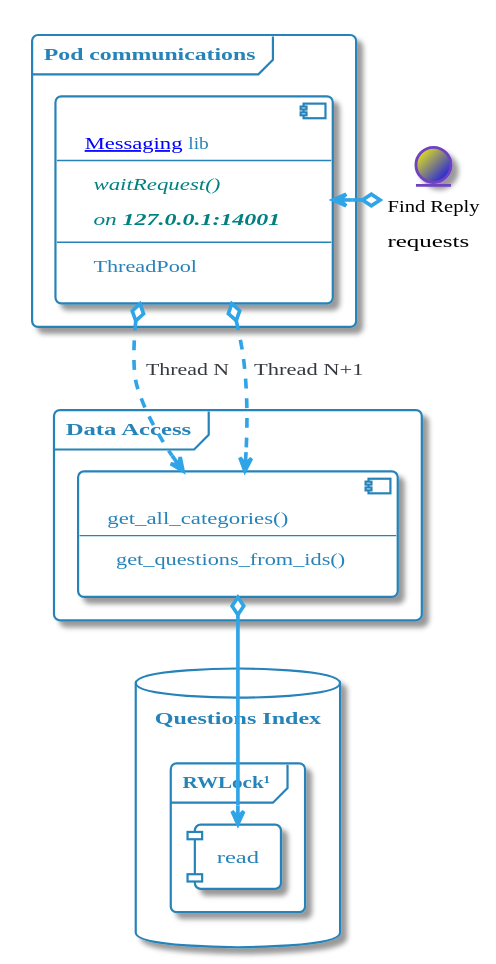
Before: images/plantuml/Admin/admin/Admin_Index.svg, a diagram exported from PlantUML (momenttech/maestro-architecture). Its diagram source:
```plantuml
@startuml




skinparam backgroundColor White








skinparam defaultFontName       "Verdana"
skinparam defaultFontSize       12
skinparam dpi                   100
skinparam shadowing             True
skinparam roundcorner           8
skinparam ParticipantPadding    40
skinparam BoxPadding            40
skinparam Padding               5
skinparam ArrowColor            #868E96
skinparam stereotype {
    CBackgroundColor #EDF0F2
    CBorderColor #BABDBF
    ABackgroundColor #8FB961
    ABorderColor $SUCCESS_DARK
    IBackgroundColor #D2494E
    IBorderColor $DANGER_DARK
    EBackgroundColor #E47833
    EBorderColor $WARNING_DARK
    NBackgroundColor #35638F
    NBorderColor $INFO_DARK
}
skinparam title {
	FontColor	                 #2FA4E7
	BorderColor	                 #BABDBF
	FontSize	    	         20
	BorderRoundCorner            8
	BorderThickness 	         1
	BackgroundColor              White
}

skinparam legend {
	BackgroundColor White
	BorderColor #BABDBF
	FontColor #343A40
}


skinparam activity {
		FontColor #2683B9
	BorderColor #2683B9
	BackgroundColor White
	BarColor #73A839
	StartColor #033C73
	EndColor #033C73
	DiamondBackgroundColor White
  	DiamondBorderColor #BABDBF
	DiamondFontColor #BABDBF
}


skinparam participant {
		FontColor #2683B9
	BorderColor #2683B9
	BackgroundColor White
	ParticipantBorderThickness 2
}


skinparam actor {
		FontColor #2683B9
	BorderColor #2683B9
	BackgroundColor White
}


skinparam arrow {
	Thickness 2.5
	Color #2FA4E7
	FontColor #343A40
}


skinparam sequence {
	BorderColor #2FA4E7
	TitleFontColor #2FA4E7
	BackgroundColor White
	StartColor #2FA4E7
	EndColor #2FA4E7
	BoxBackgroundColor White
	BoxBorderColor #868E96
	BoxFontColor #343A40
	LifeLineBorderColor #BABDBF
	LifeLineBorderThickness 2
	LifeLineBackgroundColor White
	GroupBorderColor #868E96
	GroupFontColor #343A40
	GroupHeaderFontColor #033C73
	DividerBackgroundColor White
    DividerBorderColor #868E96
    DividerBorderThickness 2
    DividerFontColor #343A40
	ReferenceBackgroundColor White
	ReferenceBorderColor #868E96
	ReferenceFontColor #343A40
	ReferenceHeaderFontColor #033C73
}


skinparam partition {
	BorderColor #2FA4E7
	FontColor #2FA4E7
	BackgroundColor White
}


skinparam collections {
		FontColor #2683B9
	BorderColor #2683B9
	BackgroundColor White
}


skinparam control {
		FontColor #2683B9
	BorderColor #2683B9
	BackgroundColor White
}


skinparam entity {
		FontColor #2683B9
	BorderColor #2683B9
	BackgroundColor White
}


skinparam boundary {
		FontColor #2683B9
	BorderColor #2683B9
	BackgroundColor White
}


skinparam agent {
	BackgroundColor White
	BorderColor #999999
	FontColor #333333
}


skinparam note {
	BorderThickness 1
	BackgroundColor White
	BorderColor #033C73
	FontColor #033C73
}


skinparam artifact {
	BackgroundColor White
	BorderColor #868E96
	FontColor #868E96
}


skinparam component {
		FontColor #2683B9
	BorderColor #2683B9
	BackgroundColor White

}


skinparam interface {
	BackgroundColor  White
	BorderColor  #C71C22
	FontColor #343A40
}


skinparam storage {
	BackgroundColor White
  	BorderColor #DD5600
	FontColor #DD5600
}


skinparam node {
	BackgroundColor White
	BorderColor #343A40
	FontColor #343A40
}


skinparam cloud {
	BackgroundColor #F2FCFE-#eeeeee
	BorderColor #F2FCFE
	FontColor #343A40
}


skinparam database {
		FontColor #2683B9
	BorderColor #2683B9
	BackgroundColor White
}


skinparam class {
		FontColor #2683B9
	BorderColor #2683B9
	BackgroundColor White
	HeaderBackgroundColor #2FA4E7-#2683B9
	StereotypeFontColor #343A40
	BorderThickness 1
	AttributeFontColor #343A40
	AttributeFontSize 11
}


skinparam object {
		FontColor #2683B9
	BorderColor #2683B9
	BackgroundColor White
	StereotypeFontColor #343A40
	BorderThickness 1
	AttributeFontColor #BABDBF
	AttributeFontSize 11
}


skinparam usecase {
		FontColor #2683B9
	BorderColor #2683B9
	BackgroundColor White
	BorderThickness 2
	StereotypeFontColor #2FA4E7
}


skinparam rectangle {
		FontColor #2683B9
	BorderColor #2683B9
	BackgroundColor White
	BorderThickness 2
	StereotypeFontColor #2FA4E7
}


skinparam package {
	BackgroundColor #F2FCFE-#eeeeee
  	BorderColor #033C73
	FontColor #033C73
	BorderThickness 2
}


skinparam folder {
	BackgroundColor White
  	BorderColor #DD5600
	FontColor #DD5600
	BorderThickness 2
}


skinparam frame {
		FontColor #2683B9
	BorderColor #2683B9
	BackgroundColor White
	BorderThickness 2
	StereotypeFontColor #2FA4E7
}



skinparam state {
		FontColor #2683B9
	BorderColor #2683B9
	BackgroundColor White
	StartColor #033C73
	EndColor #033C73
	AttributeFontColor #BABDBF
	AttributeFontSize 11
}


skinparam queue {
		FontColor #2683B9
	BorderColor #2683B9
	BackgroundColor White
}


skinparam card {
	BackgroundColor White
	BorderColor #033C73
	FontColor #033C73
}


skinparam file {
	BackgroundColor White
	BorderColor #868E96
	FontColor #868E96
}


skinparam stack {
		FontColor #2683B9
	BorderColor #2683B9
	BackgroundColor White
}



hide stereotype

!pragma horizontalLineBetweenDifferentPackageAllowed

skinparam file<<NOTE>> {
	BorderThickness 0.5
    BackgroundColor LightYellow
	BorderColor LightSteelBlue
	FontColor SteelBlue
    FontSize 10
    ArrowColor LightSteelBlue
}
skinparam arrow<<NOTE>> {
    Color LightSteelBlue
}





skinparam node<<MULTITHREADED>>{
    FontColor #E47833
	BorderColor #E47833
	BackgroundColor White
	BorderThickness 2
	StereotypeFontColor #2FA4E7
}


skinparam package<<CONTAINER>>{
    	BackgroundColor #eeeeee
  	BorderColor #033C73
	FontColor #033C73
	BorderThickness 2
}
skinparam frame<<CONTAINER>>{
    	BackgroundColor #eeeeee
  	BorderColor #033C73
	FontColor #033C73
	BorderThickness 2
}


skinparam rectangle<<boundary>> {
    BackgroundColor #eeeeee
    Shadowing false
    StereotypeFontSize 0
    FontColor #444444
    BorderColor #444444
    BorderStyle dashed
    BoxPadding 0
}

skinparam file<<docker_params>> {
    Shadowing True
    FontSize 10
}












skinparam nodesep 30
skinparam ranksep 20

skinparam Entity<<FINDREP>>{
    FontColor black
	BorderColor #6F42C1
	BackgroundColor #Yellow/Blue
}
skinparam Entity<<FAISS>>{
    FontColor black
	BorderColor #6F42C1
	BackgroundColor #Blue/White
}
skinparam arrow<<TEST>> {
	Thickness 1
	Color #73A839
	FontColor #343A40
}
skinparam arrow<<INTRA>> {
	Color #868E96
}





Entity "Find Reply\nrequests" <<FINDREP>> as AdminPodComInterface

        frame "Pod communications" as AdminPodCom {
            component ADM_MSG [
                [[http://10.165.64.205/AI/Messaging Messaging]] lib
                ----
                <i><color:teal>waitRequest()</color></i>
                <i><color:teal>on <b>127.0.0.1:14001</b></color></i>
                ---
                ThreadPool
                ]
        }
        AdminPodComInterface o-l-> ADM_MSG<<request>>
        frame "Data Access" as AdminDataAccess {
            component AdminGetData [
                get_all_categories()
                ----
                get_questions_from_ids()
                ]
        }
        ADM_MSG o..> AdminGetData: Thread N
        ADM_MSG o..> AdminGetData: Thread N+1


        database "Questions Index" as AdminIndex {
            frame "RWLock¹" as AdminRWLock {
                 component "read" as admin_read
            }
        }
            AdminGetData o--> admin_read



@enduml
```
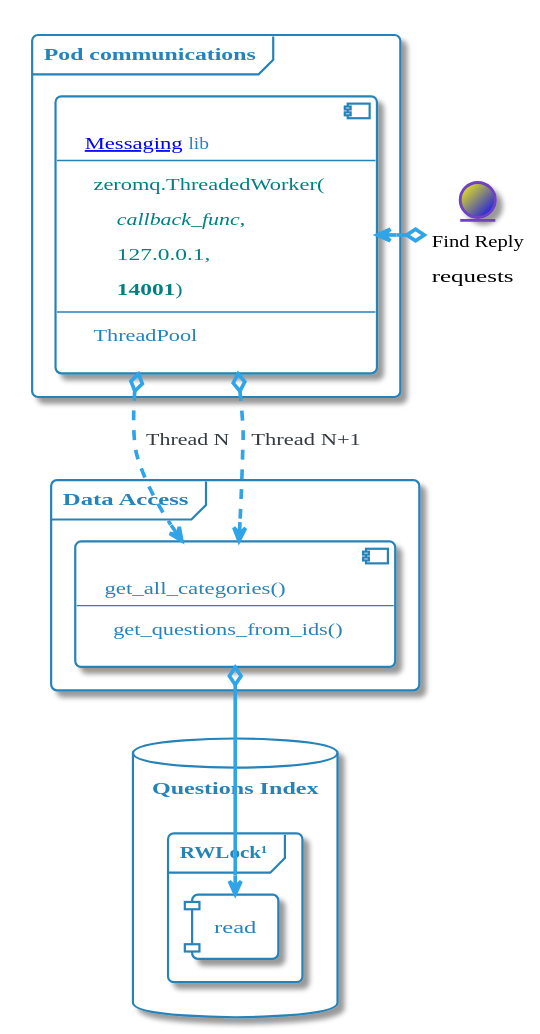
After the commit.

What changed in the source:
```diff
@@ -1,4 +1,4 @@
-@startuml
+@startuml Admin_Index
 
 
 
@@ -319,6 +319,7 @@
 
 hide stereotype
 
+skinparam backgroundColor transparent
 !pragma horizontalLineBetweenDifferentPackageAllowed
 
 skinparam file<<NOTE>> {
@@ -412,14 +413,17 @@
 
 
 
+
 Entity "Find Reply\nrequests" <<FINDREP>> as AdminPodComInterface
 
         frame "Pod communications" as AdminPodCom {
             component ADM_MSG [
                 [[http://10.165.64.205/AI/Messaging Messaging]] lib
                 ----
-                <i><color:teal>waitRequest()</color></i>
-                <i><color:teal>on <b>127.0.0.1:14001</b></color></i>
+                <color:teal>zeromq.ThreadedWorker(</color>
+                <color:teal>    <i>callback_func</i>,</color>
+                <color:teal>    127.0.0.1,</color>
+                <color:teal>    <b>14001</b>)</color>
                 ---
                 ThreadPool
                 ]
```
